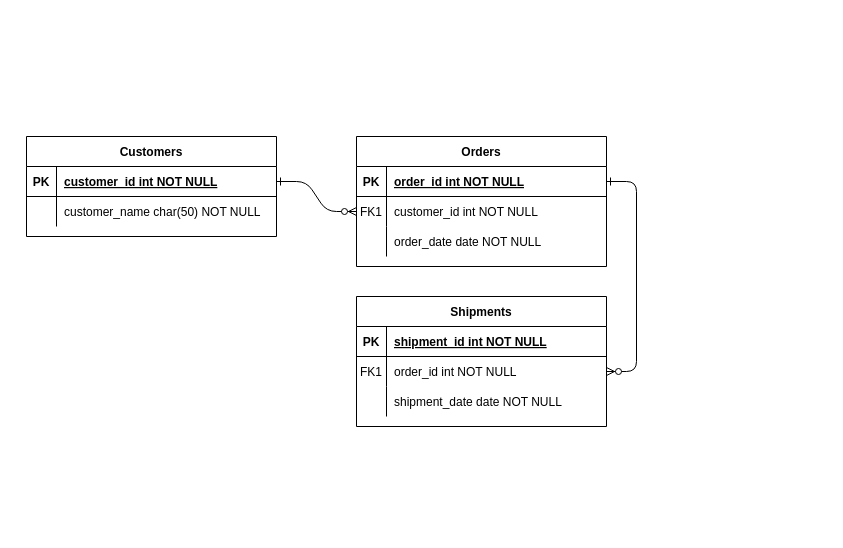
Before: Untitled Diagram.drawio in Symbataa/coding, a draw.io diagram. Source tidied: cells renumbered, new cells numbered last; positions are measured from the earlier drawing's top-left corner, leaving out a move shared by most shapes. Both pictures are drawn from the tidied source at 100%, with x=0, y=0 at pixel (26, 136).
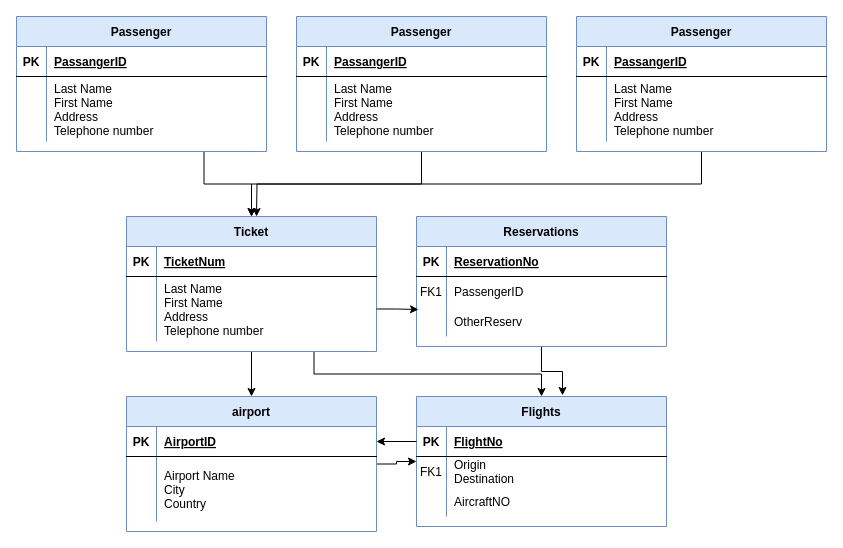
Above is the later version.

The change refers to these unchanged cells:
```xml
<mxCell id="5" style="shape=partialRectangle;fillColor=none;points=[[0,0.5],[1,0.5]];portConstraint=eastwest;top=0;left=0;right=0;bottom=1;" parent="4" vertex="1">
  <mxGeometry y="30" width="250" height="30" as="geometry" />
</mxCell>
<mxCell id="8" style="shape=partialRectangle;fillColor=none;points=[[0,0.5],[1,0.5]];portConstraint=eastwest;top=0;left=0;right=0;bottom=0;" parent="4" vertex="1">
  <mxGeometry y="60" width="250" height="30" as="geometry" />
</mxCell>
<mxCell id="11" style="shape=partialRectangle;fillColor=none;points=[[0,0.5],[1,0.5]];portConstraint=eastwest;top=0;left=0;right=0;bottom=0;" parent="4" vertex="1">
  <mxGeometry y="90" width="250" height="30" as="geometry" />
</mxCell>
<mxCell id="15" style="shape=partialRectangle;fillColor=none;points=[[0,0.5],[1,0.5]];portConstraint=eastwest;top=0;left=0;right=0;bottom=1;" parent="14" vertex="1">
  <mxGeometry y="30" width="250" height="30" as="geometry" />
</mxCell>
<mxCell id="18" style="shape=partialRectangle;fillColor=none;points=[[0,0.5],[1,0.5]];portConstraint=eastwest;top=0;left=0;right=0;bottom=0;" parent="14" vertex="1">
  <mxGeometry y="60" width="250" height="30" as="geometry" />
</mxCell>
<mxCell id="21" style="shape=partialRectangle;fillColor=none;top=0;left=0;right=0;bottom=0;" parent="14" vertex="1">
  <mxGeometry y="90" width="250" height="30" as="geometry" />
</mxCell>
<mxCell id="25" style="shape=partialRectangle;fillColor=none;points=[[0,0.5],[1,0.5]];portConstraint=eastwest;top=0;left=0;right=0;bottom=1;" parent="24" vertex="1">
  <mxGeometry y="30" width="250" height="30" as="geometry" />
</mxCell>
```

Change to the diagram source:
```diff
@@
-    <mxCell id="2" style="edgeStyle=entityRelationEdgeStyle;endArrow=ERzeroToMany;startArrow=ERone;endFill=1;startFill=0;" parent="1" edge="1" source="25" target="8">
-      <mxGeometry relative="1" as="geometry" />
-    </mxCell>
-    <mxCell id="3" style="edgeStyle=entityRelationEdgeStyle;endArrow=ERzeroToMany;startArrow=ERone;endFill=1;startFill=0;" parent="1" edge="1" source="5" target="18">
-      <mxGeometry relative="1" as="geometry" />
-    </mxCell>
+    <mxCell id="31" style="edgeStyle=orthogonalEdgeStyle;rounded=0;jettySize=auto;html=1;exitX=0.5;exitY=1;exitDx=0;exitDy=0;entryX=0.584;entryY=-0.008;entryDx=0;entryDy=0;entryPerimeter=0;" parent="1" edge="1" source="4" target="14">
+      <mxGeometry relative="1" as="geometry" />
+    </mxCell>
-    <mxCell id="4" value="Orders" style="shape=table;startSize=30;childLayout=tableLayout;rowLines=0;fontStyle=1;align=center;" parent="1" vertex="1">
-      <mxGeometry x="330" width="250" height="130" as="geometry" />
+    <mxCell id="4" value="Reservations" style="shape=table;startSize=30;childLayout=tableLayout;rowLines=0;fontStyle=1;align=center;fillColor=#dae8fc;strokeColor=#6c8ebf;" parent="1" vertex="1">
+      <mxGeometry x="390" y="80" width="250" height="130" as="geometry" />
     </mxCell>
@@
-    <mxCell id="7" value="order_id int NOT NULL " style="shape=partialRectangle;overflow=hidden;fillColor=none;top=0;left=0;bottom=0;right=0;align=left;spacingLeft=6;fontStyle=5;" parent="5" vertex="1">
+    <mxCell id="7" value="ReservationNo" style="shape=partialRectangle;overflow=hidden;fillColor=none;top=0;left=0;bottom=0;right=0;align=left;spacingLeft=6;fontStyle=5;" parent="5" vertex="1">
       <mxGeometry x="30" width="220" height="30" as="geometry" />
     </mxCell>
@@
-    <mxCell id="10" value="customer_id int NOT NULL" style="shape=partialRectangle;overflow=hidden;fillColor=none;top=0;left=0;bottom=0;right=0;align=left;spacingLeft=6;" parent="8" vertex="1">
+    <mxCell id="10" value="PassengerID" style="shape=partialRectangle;overflow=hidden;fillColor=none;top=0;left=0;bottom=0;right=0;align=left;spacingLeft=6;" parent="8" vertex="1">
       <mxGeometry x="30" width="220" height="30" as="geometry" />
     </mxCell>
@@
-    <mxCell id="13" value="order_date date NOT NULL" style="shape=partialRectangle;overflow=hidden;fillColor=none;top=0;left=0;bottom=0;right=0;align=left;spacingLeft=6;" parent="11" vertex="1">
+    <mxCell id="13" value="OtherReserv" style="shape=partialRectangle;overflow=hidden;fillColor=none;top=0;left=0;bottom=0;right=0;align=left;spacingLeft=6;" parent="11" vertex="1">
       <mxGeometry x="30" width="220" height="30" as="geometry" />
     </mxCell>
-    <mxCell id="14" value="Shipments" style="shape=table;startSize=30;childLayout=tableLayout;rowLines=0;fontStyle=1;align=center;" parent="1" vertex="1">
-      <mxGeometry x="330" y="160" width="250" height="130" as="geometry" />
+    <mxCell id="14" value="Flights" style="shape=table;startSize=30;childLayout=tableLayout;rowLines=0;fontStyle=1;align=center;fillColor=#dae8fc;strokeColor=#6c8ebf;" parent="1" vertex="1">
+      <mxGeometry x="390" y="260" width="250" height="130" as="geometry" />
     </mxCell>
@@
-    <mxCell id="17" value="shipment_id int NOT NULL " style="shape=partialRectangle;overflow=hidden;fillColor=none;top=0;left=0;bottom=0;right=0;align=left;spacingLeft=6;fontStyle=5;" parent="15" vertex="1">
+    <mxCell id="17" value="FlightNo" style="shape=partialRectangle;overflow=hidden;fillColor=none;top=0;left=0;bottom=0;right=0;align=left;spacingLeft=6;fontStyle=5;" parent="15" vertex="1">
       <mxGeometry x="30" width="220" height="30" as="geometry" />
     </mxCell>
@@
-    <mxCell id="20" value="order_id int NOT NULL" style="shape=partialRectangle;overflow=hidden;fillColor=none;top=0;left=0;bottom=0;right=0;align=left;spacingLeft=6;" parent="18" vertex="1">
+    <mxCell id="20" value="Origin&#10;Destination" style="shape=partialRectangle;overflow=hidden;fillColor=none;top=0;left=0;bottom=0;right=0;align=left;spacingLeft=6;" parent="18" vertex="1">
       <mxGeometry x="30" width="220" height="30" as="geometry" />
     </mxCell>
@@
-    <mxCell id="23" value="shipment_date date NOT NULL" style="shape=partialRectangle;overflow=hidden;fillColor=none;top=0;left=0;bottom=0;right=0;align=left;spacingLeft=6;" parent="21" vertex="1">
+    <mxCell id="23" value="AircraftNO" style="shape=partialRectangle;overflow=hidden;fillColor=none;top=0;left=0;bottom=0;right=0;align=left;spacingLeft=6;" parent="21" vertex="1">
       <mxGeometry x="30" width="220" height="30" as="geometry" />
     </mxCell>
+    <mxCell id="32" style="edgeStyle=orthogonalEdgeStyle;rounded=0;jettySize=auto;html=1;exitX=0.75;exitY=1;exitDx=0;exitDy=0;" parent="1" edge="1" source="24" target="51">
+      <mxGeometry relative="1" as="geometry" />
+    </mxCell>
-    <mxCell id="24" value="Customers" style="shape=table;startSize=30;childLayout=tableLayout;rowLines=0;fontStyle=1;align=center;" parent="1" vertex="1">
-      <mxGeometry width="250" height="100" as="geometry" />
+    <mxCell id="24" value="Passenger" style="shape=table;startSize=30;childLayout=tableLayout;rowLines=0;fontStyle=1;align=center;fillColor=#dae8fc;strokeColor=#6c8ebf;" parent="1" vertex="1">
+      <mxGeometry x="-10" y="-120" width="250" height="135" as="geometry" />
     </mxCell>
@@
-    <mxCell id="27" value="customer_id int NOT NULL " style="shape=partialRectangle;overflow=hidden;fillColor=none;top=0;left=0;bottom=0;right=0;align=left;spacingLeft=6;fontStyle=5;" parent="25" vertex="1">
+    <mxCell id="27" value="PassangerID" style="shape=partialRectangle;overflow=hidden;fillColor=none;top=0;left=0;bottom=0;right=0;align=left;spacingLeft=6;fontStyle=5;" parent="25" vertex="1">
       <mxGeometry x="30" width="220" height="30" as="geometry" />
     </mxCell>
     <mxCell id="28" style="shape=partialRectangle;fillColor=none;top=0;left=0;right=0;bottom=0;" parent="24" vertex="1">
-      <mxGeometry y="60" width="250" height="30" as="geometry" />
+      <mxGeometry y="60" width="250" height="65" as="geometry" />
     </mxCell>
     <mxCell id="29" style="shape=partialRectangle;overflow=hidden;fillColor=none;top=0;left=0;bottom=0;right=0;" parent="28" vertex="1">
-      <mxGeometry width="30" height="30" as="geometry" />
+      <mxGeometry width="30" height="65" as="geometry" />
     </mxCell>
-    <mxCell id="30" value="customer_name char(50) NOT NULL" style="shape=partialRectangle;overflow=hidden;fillColor=none;top=0;left=0;bottom=0;right=0;align=left;spacingLeft=6;" parent="28" vertex="1">
-      <mxGeometry x="30" width="220" height="30" as="geometry" />
+    <mxCell id="30" value="Last Name&#10;First Name&#10;Address&#10;Telephone number" style="shape=partialRectangle;overflow=hidden;fillColor=none;top=0;left=0;bottom=0;right=0;align=left;spacingLeft=6;" parent="28" vertex="1">
+      <mxGeometry x="30" width="220" height="65" as="geometry" />
     </mxCell>
+    <mxCell id="33" style="edgeStyle=orthogonalEdgeStyle;rounded=0;jettySize=auto;html=1;exitX=0.5;exitY=1;exitDx=0;exitDy=0;" parent="1" edge="1" source="34">
+      <mxGeometry relative="1" as="geometry">
+        <mxPoint x="230" y="80" as="targetPoint" />
+      </mxGeometry>
+    </mxCell>
+    <mxCell id="34" value="Passenger" style="shape=table;startSize=30;childLayout=tableLayout;rowLines=0;fontStyle=1;align=center;fillColor=#dae8fc;strokeColor=#6c8ebf;" parent="1" vertex="1">
+      <mxGeometry x="270" y="-120" width="250" height="135" as="geometry" />
+    </mxCell>
+    <mxCell id="35" style="shape=partialRectangle;fillColor=none;top=0;left=0;right=0;bottom=1;" parent="34" vertex="1">
+      <mxGeometry y="30" width="250" height="30" as="geometry" />
+    </mxCell>
+    <mxCell id="36" value="PK" style="shape=partialRectangle;overflow=hidden;fillColor=none;top=0;left=0;bottom=0;right=0;fontStyle=1;" parent="35" vertex="1">
+      <mxGeometry width="30" height="30" as="geometry" />
+    </mxCell>
+    <mxCell id="37" value="PassangerID" style="shape=partialRectangle;overflow=hidden;fillColor=none;top=0;left=0;bottom=0;right=0;align=left;spacingLeft=6;fontStyle=5;" parent="35" vertex="1">
+      <mxGeometry x="30" width="220" height="30" as="geometry" />
+    </mxCell>
+    <mxCell id="38" style="shape=partialRectangle;fillColor=none;top=0;left=0;right=0;bottom=0;" parent="34" vertex="1">
+      <mxGeometry y="60" width="250" height="65" as="geometry" />
+    </mxCell>
+    <mxCell id="39" style="shape=partialRectangle;overflow=hidden;fillColor=none;top=0;left=0;bottom=0;right=0;" parent="38" vertex="1">
+      <mxGeometry width="30" height="65" as="geometry" />
+    </mxCell>
+    <mxCell id="40" value="Last Name&#10;First Name&#10;Address&#10;Telephone number" style="shape=partialRectangle;overflow=hidden;fillColor=none;top=0;left=0;bottom=0;right=0;align=left;spacingLeft=6;" parent="38" vertex="1">
+      <mxGeometry x="30" width="220" height="65" as="geometry" />
+    </mxCell>
+    <mxCell id="41" style="edgeStyle=orthogonalEdgeStyle;rounded=0;jettySize=auto;html=1;exitX=0.5;exitY=1;exitDx=0;exitDy=0;" parent="1" edge="1" source="42" target="51">
+      <mxGeometry relative="1" as="geometry" />
+    </mxCell>
+    <mxCell id="42" value="Passenger" style="shape=table;startSize=30;childLayout=tableLayout;rowLines=0;fontStyle=1;align=center;fillColor=#dae8fc;strokeColor=#6c8ebf;" parent="1" vertex="1">
+      <mxGeometry x="550" y="-120" width="250" height="135" as="geometry" />
+    </mxCell>
+    <mxCell id="43" style="shape=partialRectangle;fillColor=none;top=0;left=0;right=0;bottom=1;" parent="42" vertex="1">
+      <mxGeometry y="30" width="250" height="30" as="geometry" />
+    </mxCell>
+    <mxCell id="44" value="PK" style="shape=partialRectangle;overflow=hidden;fillColor=none;top=0;left=0;bottom=0;right=0;fontStyle=1;" parent="43" vertex="1">
+      <mxGeometry width="30" height="30" as="geometry" />
+    </mxCell>
+    <mxCell id="45" value="PassangerID" style="shape=partialRectangle;overflow=hidden;fillColor=none;top=0;left=0;bottom=0;right=0;align=left;spacingLeft=6;fontStyle=5;" parent="43" vertex="1">
+      <mxGeometry x="30" width="220" height="30" as="geometry" />
+    </mxCell>
+    <mxCell id="46" style="shape=partialRectangle;fillColor=none;top=0;left=0;right=0;bottom=0;" parent="42" vertex="1">
+      <mxGeometry y="60" width="250" height="65" as="geometry" />
+    </mxCell>
+    <mxCell id="47" style="shape=partialRectangle;overflow=hidden;fillColor=none;top=0;left=0;bottom=0;right=0;" parent="46" vertex="1">
+      <mxGeometry width="30" height="65" as="geometry" />
+    </mxCell>
+    <mxCell id="48" value="Last Name&#10;First Name&#10;Address&#10;Telephone number" style="shape=partialRectangle;overflow=hidden;fillColor=none;top=0;left=0;bottom=0;right=0;align=left;spacingLeft=6;" parent="46" vertex="1">
+      <mxGeometry x="30" width="220" height="65" as="geometry" />
+    </mxCell>
+    <mxCell id="49" style="edgeStyle=orthogonalEdgeStyle;rounded=0;jettySize=auto;html=1;exitX=0.5;exitY=1;exitDx=0;exitDy=0;" parent="1" edge="1" source="51" target="59">
+      <mxGeometry relative="1" as="geometry" />
+    </mxCell>
+    <mxCell id="50" style="edgeStyle=orthogonalEdgeStyle;rounded=0;jettySize=auto;html=1;exitX=0.75;exitY=1;exitDx=0;exitDy=0;entryX=0.5;entryY=0;entryDx=0;entryDy=0;" parent="1" edge="1" source="51" target="14">
+      <mxGeometry relative="1" as="geometry" />
+    </mxCell>
+    <mxCell id="51" value="Ticket" style="shape=table;startSize=30;childLayout=tableLayout;rowLines=0;fontStyle=1;align=center;fillColor=#dae8fc;strokeColor=#6c8ebf;" parent="1" vertex="1">
+      <mxGeometry x="100" y="80" width="250" height="135" as="geometry" />
+    </mxCell>
+    <mxCell id="52" style="shape=partialRectangle;fillColor=none;top=0;left=0;right=0;bottom=1;" parent="51" vertex="1">
+      <mxGeometry y="30" width="250" height="30" as="geometry" />
+    </mxCell>
+    <mxCell id="53" value="PK" style="shape=partialRectangle;overflow=hidden;fillColor=none;top=0;left=0;bottom=0;right=0;fontStyle=1;" parent="52" vertex="1">
+      <mxGeometry width="30" height="30" as="geometry" />
+    </mxCell>
+    <mxCell id="54" value="TicketNum" style="shape=partialRectangle;overflow=hidden;fillColor=none;top=0;left=0;bottom=0;right=0;align=left;spacingLeft=6;fontStyle=5;" parent="52" vertex="1">
+      <mxGeometry x="30" width="220" height="30" as="geometry" />
+    </mxCell>
+    <mxCell id="55" style="shape=partialRectangle;fillColor=none;points=[[0,0.5],[1,0.5]];portConstraint=eastwest;top=0;left=0;right=0;bottom=0;" parent="51" vertex="1">
+      <mxGeometry y="60" width="250" height="65" as="geometry" />
+    </mxCell>
+    <mxCell id="56" style="shape=partialRectangle;overflow=hidden;fillColor=none;top=0;left=0;bottom=0;right=0;" parent="55" vertex="1">
+      <mxGeometry width="30" height="65" as="geometry" />
+    </mxCell>
+    <mxCell id="57" value="Last Name&#10;First Name&#10;Address&#10;Telephone number" style="shape=partialRectangle;overflow=hidden;fillColor=none;top=0;left=0;bottom=0;right=0;align=left;spacingLeft=6;" parent="55" vertex="1">
+      <mxGeometry x="30" width="220" height="65" as="geometry" />
+    </mxCell>
+    <mxCell id="58" style="edgeStyle=orthogonalEdgeStyle;rounded=0;jettySize=auto;html=1;entryX=0;entryY=0.5;entryDx=0;entryDy=0;" parent="1" edge="1" source="59" target="14">
+      <mxGeometry relative="1" as="geometry" />
+    </mxCell>
+    <mxCell id="59" value="airport" style="shape=table;startSize=30;childLayout=tableLayout;rowLines=0;fontStyle=1;align=center;fillColor=#dae8fc;strokeColor=#6c8ebf;" parent="1" vertex="1">
+      <mxGeometry x="100" y="260" width="250" height="135" as="geometry" />
+    </mxCell>
+    <mxCell id="60" style="shape=partialRectangle;fillColor=none;points=[[0,0.5],[1,0.5]];portConstraint=eastwest;top=0;left=0;right=0;bottom=1;" parent="59" vertex="1">
+      <mxGeometry y="30" width="250" height="30" as="geometry" />
+    </mxCell>
+    <mxCell id="61" value="PK" style="shape=partialRectangle;overflow=hidden;fillColor=none;top=0;left=0;bottom=0;right=0;fontStyle=1;" parent="60" vertex="1">
+      <mxGeometry width="30" height="30" as="geometry" />
+    </mxCell>
+    <mxCell id="62" value="AirportID" style="shape=partialRectangle;overflow=hidden;fillColor=none;top=0;left=0;bottom=0;right=0;align=left;spacingLeft=6;fontStyle=5;" parent="60" vertex="1">
+      <mxGeometry x="30" width="220" height="30" as="geometry" />
+    </mxCell>
+    <mxCell id="63" style="shape=partialRectangle;fillColor=none;top=0;left=0;right=0;bottom=0;" parent="59" vertex="1">
+      <mxGeometry y="60" width="250" height="65" as="geometry" />
+    </mxCell>
+    <mxCell id="64" style="shape=partialRectangle;overflow=hidden;fillColor=none;top=0;left=0;bottom=0;right=0;" parent="63" vertex="1">
+      <mxGeometry width="30" height="65" as="geometry" />
+    </mxCell>
+    <mxCell id="65" value="Airport Name&#10;City&#10;Country" style="shape=partialRectangle;overflow=hidden;fillColor=none;top=0;left=0;bottom=0;right=0;align=left;spacingLeft=6;" parent="63" vertex="1">
+      <mxGeometry x="30" width="220" height="65" as="geometry" />
+    </mxCell>
+    <mxCell id="66" style="edgeStyle=orthogonalEdgeStyle;rounded=0;jettySize=auto;html=1;exitX=0;exitY=0.5;exitDx=0;exitDy=0;entryX=1;entryY=0.5;entryDx=0;entryDy=0;" parent="1" edge="1" source="15" target="60">
+      <mxGeometry relative="1" as="geometry" />
+    </mxCell>
+    <mxCell id="67" style="edgeStyle=orthogonalEdgeStyle;rounded=0;jettySize=auto;html=1;exitX=1;exitY=0.5;exitDx=0;exitDy=0;entryX=0.008;entryY=0.1;entryDx=0;entryDy=0;entryPerimeter=0;" parent="1" edge="1" source="55" target="11">
+      <mxGeometry relative="1" as="geometry" />
+    </mxCell>
```
